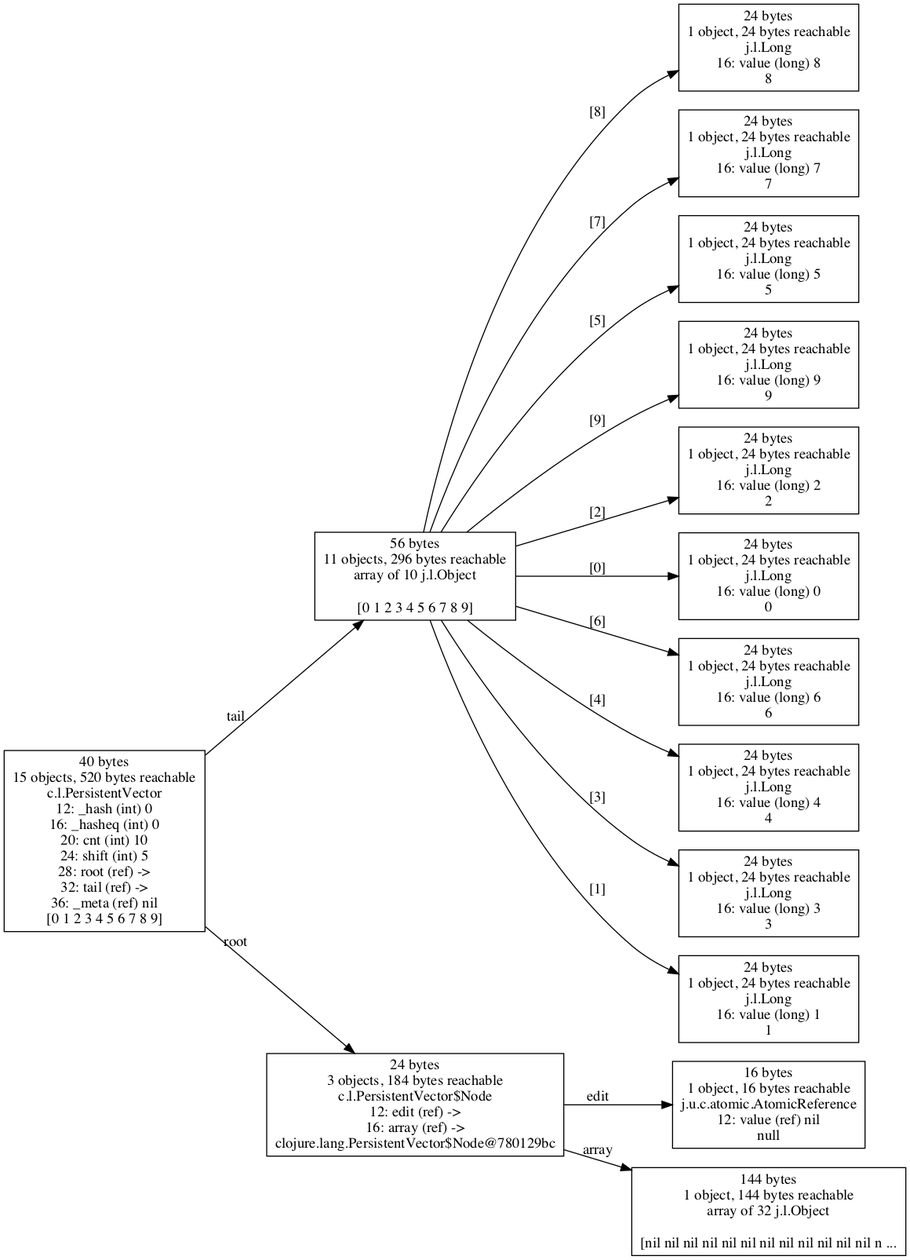
Before: doc/images/vec10-Mac-OS-X-10.13.6-jdk-Oracle-1.8.0_192-clj-1.10.1.png, a diagram exported from Graphviz (jafingerhut/cljol). Its source is kept beside it as doc/images/vec10-Mac-OS-X-10.13.6-jdk-Oracle-1.8.0_192-clj-1.10.1.dot. The source it was exported from:
```dot
digraph {
graph [layout=dot,rankdir=LR];
"28992766680" [label="24 bytes
1 object, 24 bytes reachable
j.l.Long
16: value (long) 8
8",shape=box];
"28992316984" [label="24 bytes
1 object, 24 bytes reachable
j.l.Long
16: value (long) 7
7",shape=box];
"28992317144" [label="24 bytes
1 object, 24 bytes reachable
j.l.Long
16: value (long) 5
5",shape=box];
"28992315896" [label="24 bytes
1 object, 24 bytes reachable
j.l.Long
16: value (long) 9
9",shape=box];
"28991354656" [label="24 bytes
1 object, 24 bytes reachable
j.l.Long
16: value (long) 2
2",shape=box];
"28991222336" [label="24 bytes
1 object, 24 bytes reachable
j.l.Long
16: value (long) 0
0",shape=box];
"31863617304" [label="16 bytes
1 object, 16 bytes reachable
j.u.c.atomic.AtomicReference
12: value (ref) nil
null",shape=box];
"28993246184" [label="24 bytes
1 object, 24 bytes reachable
j.l.Long
16: value (long) 6
6",shape=box];
"31863617664" [label="40 bytes
15 objects, 520 bytes reachable
c.l.PersistentVector
12: _hash (int) 0
16: _hasheq (int) 0
20: cnt (int) 10
24: shift (int) 5
28: root (ref) ->
32: tail (ref) ->
36: _meta (ref) nil
[0 1 2 3 4 5 6 7 8 9]",shape=box];
"28992317288" [label="24 bytes
1 object, 24 bytes reachable
j.l.Long
16: value (long) 4
4",shape=box];
"31863617320" [label="144 bytes
1 object, 144 bytes reachable
array of 32 j.l.Object

[nil nil nil nil nil nil nil nil nil nil nil nil n ...",shape=box];
"28991701760" [label="24 bytes
1 object, 24 bytes reachable
j.l.Long
16: value (long) 3
3",shape=box];
"28991354680" [label="24 bytes
1 object, 24 bytes reachable
j.l.Long
16: value (long) 1
1",shape=box];
"31863617608" [label="56 bytes
11 objects, 296 bytes reachable
array of 10 j.l.Object

[0 1 2 3 4 5 6 7 8 9]",shape=box];
"31863617280" [label="24 bytes
3 objects, 184 bytes reachable
c.l.PersistentVector$Node
12: edit (ref) ->
16: array (ref) ->
clojure.lang.PersistentVector$Node@780129bc",shape=box];
"31863617664" -> "31863617280" ["field-name"=root,label=root];
"31863617664" -> "31863617608" ["field-name"=tail,label=tail];
"31863617608" -> "28992766680" ["field-name"="[8]",label="[8]"];
"31863617608" -> "28992316984" ["field-name"="[7]",label="[7]"];
"31863617608" -> "28992317144" ["field-name"="[5]",label="[5]"];
"31863617608" -> "28992315896" ["field-name"="[9]",label="[9]"];
"31863617608" -> "28991354656" ["field-name"="[2]",label="[2]"];
"31863617608" -> "28991222336" ["field-name"="[0]",label="[0]"];
"31863617608" -> "28993246184" ["field-name"="[6]",label="[6]"];
"31863617608" -> "28992317288" ["field-name"="[4]",label="[4]"];
"31863617608" -> "28991701760" ["field-name"="[3]",label="[3]"];
"31863617608" -> "28991354680" ["field-name"="[1]",label="[1]"];
"31863617280" -> "31863617304" ["field-name"=edit,label=edit];
"31863617280" -> "31863617320" ["field-name"=array,label=array];
}
```
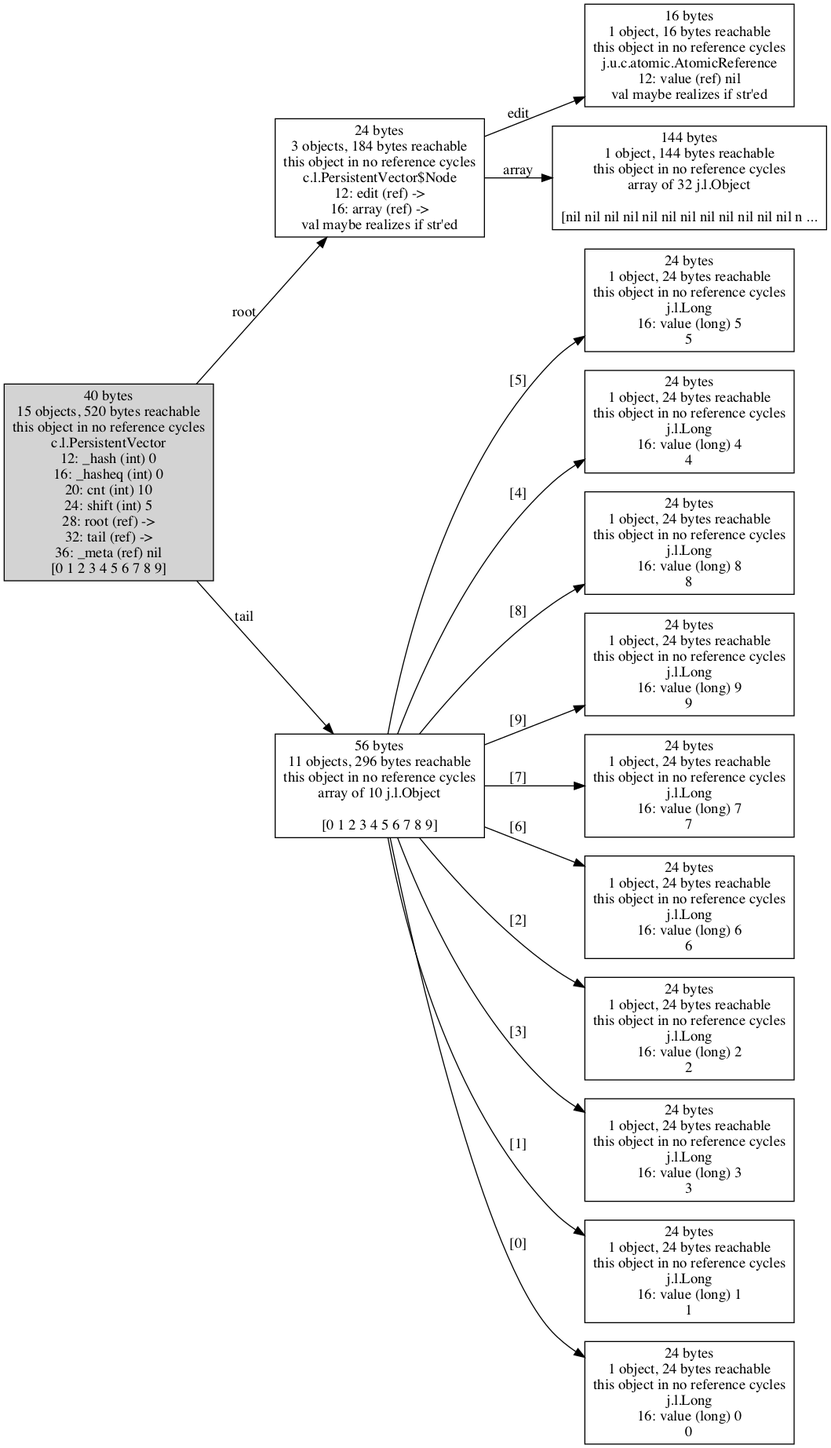
Later version of the same file.

The edit, as a diff of the source:
```diff
@@ -1,47 +1,8 @@
 digraph {
 graph [layout=dot,rankdir=LR];
-"28992766680" [label="24 bytes
-1 object, 24 bytes reachable
-j.l.Long
-16: value (long) 8
-8",shape=box];
-"28992316984" [label="24 bytes
-1 object, 24 bytes reachable
-j.l.Long
-16: value (long) 7
-7",shape=box];
-"28992317144" [label="24 bytes
-1 object, 24 bytes reachable
-j.l.Long
-16: value (long) 5
-5",shape=box];
-"28992315896" [label="24 bytes
-1 object, 24 bytes reachable
-j.l.Long
-16: value (long) 9
-9",shape=box];
-"28991354656" [label="24 bytes
-1 object, 24 bytes reachable
-j.l.Long
-16: value (long) 2
-2",shape=box];
-"28991222336" [label="24 bytes
-1 object, 24 bytes reachable
-j.l.Long
-16: value (long) 0
-0",shape=box];
-"31863617304" [label="16 bytes
-1 object, 16 bytes reachable
-j.u.c.atomic.AtomicReference
-12: value (ref) nil
-null",shape=box];
-"28993246184" [label="24 bytes
-1 object, 24 bytes reachable
-j.l.Long
-16: value (long) 6
-6",shape=box];
-"31863617664" [label="40 bytes
+"32256974728" ["scc-num-nodes"=1,style=filled,label="40 bytes
 15 objects, 520 bytes reachable
+this object in no reference cycles
 c.l.PersistentVector
 12: _hash (int) 0
 16: _hasheq (int) 0
@@ -51,49 +12,103 @@
 32: tail (ref) ->
 36: _meta (ref) nil
 [0 1 2 3 4 5 6 7 8 9]",shape=box];
-"28992317288" [label="24 bytes
+"28993215680" ["scc-num-nodes"=1,label="24 bytes
 1 object, 24 bytes reachable
+this object in no reference cycles
+j.l.Long
+16: value (long) 5
+5",shape=box];
+"28993213464" ["scc-num-nodes"=1,label="24 bytes
+1 object, 24 bytes reachable
+this object in no reference cycles
 j.l.Long
 16: value (long) 4
 4",shape=box];
-"31863617320" [label="144 bytes
+"28993224360" ["scc-num-nodes"=1,label="24 bytes
+1 object, 24 bytes reachable
+this object in no reference cycles
+j.l.Long
+16: value (long) 8
+8",shape=box];
+"28993424032" ["scc-num-nodes"=1,label="24 bytes
+1 object, 24 bytes reachable
+this object in no reference cycles
+j.l.Long
+16: value (long) 9
+9",shape=box];
+"32256974952" ["scc-num-nodes"=1,label="56 bytes
+11 objects, 296 bytes reachable
+this object in no reference cycles
+array of 10 j.l.Object
+
+[0 1 2 3 4 5 6 7 8 9]",shape=box];
+"28993221128" ["scc-num-nodes"=1,label="24 bytes
+1 object, 24 bytes reachable
+this object in no reference cycles
+j.l.Long
+16: value (long) 7
+7",shape=box];
+"32256974792" ["scc-num-nodes"=1,label="16 bytes
+1 object, 16 bytes reachable
+this object in no reference cycles
+j.u.c.atomic.AtomicReference
+12: value (ref) nil
+val maybe realizes if str'ed",shape=box];
+"32256974808" ["scc-num-nodes"=1,label="144 bytes
 1 object, 144 bytes reachable
+this object in no reference cycles
 array of 32 j.l.Object
 
 [nil nil nil nil nil nil nil nil nil nil nil nil n ...",shape=box];
-"28991701760" [label="24 bytes
+"28993218232" ["scc-num-nodes"=1,label="24 bytes
 1 object, 24 bytes reachable
+this object in no reference cycles
+j.l.Long
+16: value (long) 6
+6",shape=box];
+"28991161296" ["scc-num-nodes"=1,label="24 bytes
+1 object, 24 bytes reachable
+this object in no reference cycles
+j.l.Long
+16: value (long) 2
+2",shape=box];
+"28991745360" ["scc-num-nodes"=1,label="24 bytes
+1 object, 24 bytes reachable
+this object in no reference cycles
 j.l.Long
 16: value (long) 3
 3",shape=box];
-"28991354680" [label="24 bytes
+"28991585328" ["scc-num-nodes"=1,label="24 bytes
 1 object, 24 bytes reachable
+this object in no reference cycles
 j.l.Long
 16: value (long) 1
 1",shape=box];
-"31863617608" [label="56 bytes
-11 objects, 296 bytes reachable
-array of 10 j.l.Object
-
-[0 1 2 3 4 5 6 7 8 9]",shape=box];
-"31863617280" [label="24 bytes
+"28991635952" ["scc-num-nodes"=1,label="24 bytes
+1 object, 24 bytes reachable
+this object in no reference cycles
+j.l.Long
+16: value (long) 0
+0",shape=box];
+"32256974768" ["scc-num-nodes"=1,label="24 bytes
 3 objects, 184 bytes reachable
+this object in no reference cycles
 c.l.PersistentVector$Node
 12: edit (ref) ->
 16: array (ref) ->
-clojure.lang.PersistentVector$Node@780129bc",shape=box];
-"31863617664" -> "31863617280" ["field-name"=root,label=root];
-"31863617664" -> "31863617608" ["field-name"=tail,label=tail];
-"31863617608" -> "28992766680" ["field-name"="[8]",label="[8]"];
-"31863617608" -> "28992316984" ["field-name"="[7]",label="[7]"];
-"31863617608" -> "28992317144" ["field-name"="[5]",label="[5]"];
-"31863617608" -> "28992315896" ["field-name"="[9]",label="[9]"];
-"31863617608" -> "28991354656" ["field-name"="[2]",label="[2]"];
-"31863617608" -> "28991222336" ["field-name"="[0]",label="[0]"];
-"31863617608" -> "28993246184" ["field-name"="[6]",label="[6]"];
-"31863617608" -> "28992317288" ["field-name"="[4]",label="[4]"];
-"31863617608" -> "28991701760" ["field-name"="[3]",label="[3]"];
-"31863617608" -> "28991354680" ["field-name"="[1]",label="[1]"];
-"31863617280" -> "31863617304" ["field-name"=edit,label=edit];
-"31863617280" -> "31863617320" ["field-name"=array,label=array];
+val maybe realizes if str'ed",shape=box];
+"32256974728" -> "32256974768" ["field-name"=root,label=root];
+"32256974728" -> "32256974952" ["field-name"=tail,label=tail];
+"32256974952" -> "28993215680" ["field-name"="[5]",label="[5]"];
+"32256974952" -> "28993213464" ["field-name"="[4]",label="[4]"];
+"32256974952" -> "28993224360" ["field-name"="[8]",label="[8]"];
+"32256974952" -> "28993424032" ["field-name"="[9]",label="[9]"];
+"32256974952" -> "28993221128" ["field-name"="[7]",label="[7]"];
+"32256974952" -> "28993218232" ["field-name"="[6]",label="[6]"];
+"32256974952" -> "28991161296" ["field-name"="[2]",label="[2]"];
+"32256974952" -> "28991745360" ["field-name"="[3]",label="[3]"];
+"32256974952" -> "28991585328" ["field-name"="[1]",label="[1]"];
+"32256974952" -> "28991635952" ["field-name"="[0]",label="[0]"];
+"32256974768" -> "32256974792" ["field-name"=edit,label=edit];
+"32256974768" -> "32256974808" ["field-name"=array,label=array];
 }
```
